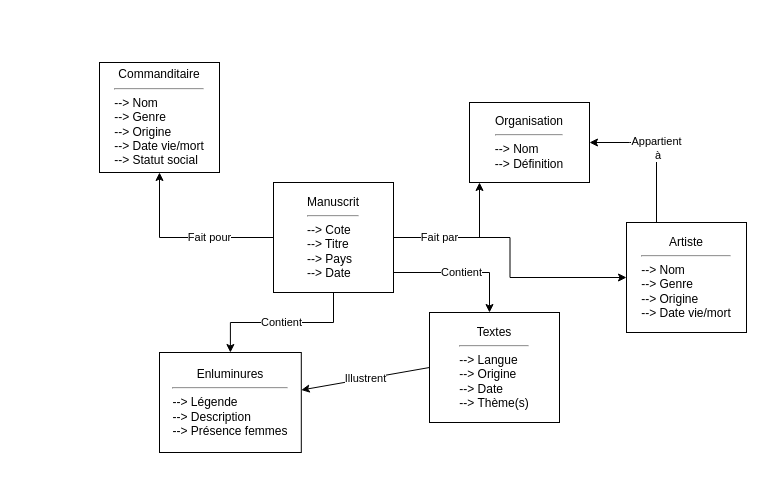
The draw.io diagram Diagramme_manuscrits_enlluminés.drawio in ellieiri/enluminures_arthuriennes, before the edit. Source tidied: cells renumbered, new cells numbered last; positions are measured from the earlier drawing's top-left corner, leaving out a move shared by most shapes. Both pictures are drawn from the tidied source at 100%, with x=0, y=0 at pixel (99, 62).
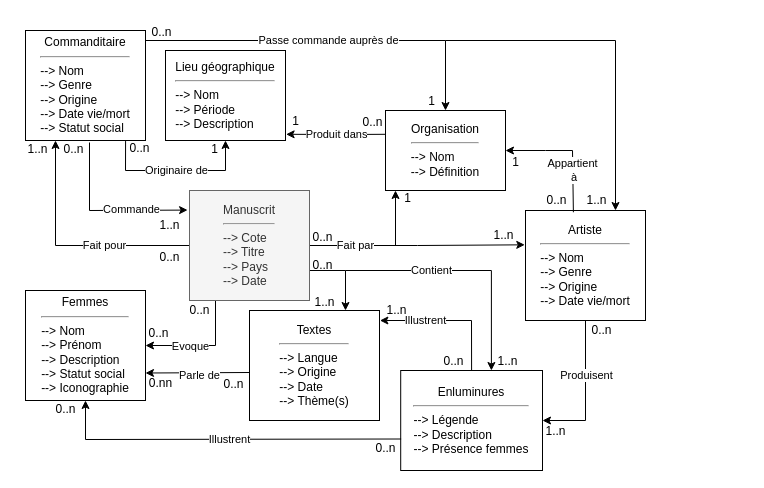
The same diagram, later.

Commit message:
Mettre à jour Diagramme_manuscrits_enlluminés.drawio

What changed in the source:
```diff
@@
-    <mxCell id="2" style="edgeStyle=orthogonalEdgeStyle;rounded=0;jettySize=auto;html=1;" parent="1" edge="1" source="7" target="8">
+    <mxCell id="2" style="edgeStyle=orthogonalEdgeStyle;rounded=0;jettySize=auto;html=1;entryX=-0.006;entryY=0.312;entryDx=0;entryDy=0;entryPerimeter=0;" parent="1" edge="1" source="7" target="8">
       <mxGeometry relative="1" as="geometry" />
     </mxCell>
     <mxCell id="3" value="Fait par" style="edgeStyle=orthogonalEdgeStyle;rounded=0;jettySize=auto;html=1;" parent="1" edge="1" source="7" target="9">
       <mxGeometry x="-0.35" relative="1" as="geometry">
         <Array as="points">
-          <mxPoint x="380" y="175" />
+          <mxPoint x="296" y="183" />
         </Array>
       </mxGeometry>
     </mxCell>
-    <mxCell id="4" value="Fait pour" style="edgeStyle=orthogonalEdgeStyle;rounded=0;jettySize=auto;html=1;entryX=0.5;entryY=1;entryDx=0;entryDy=0;verticalAlign=middle;endArrow=classic;endFill=1;" parent="1" edge="1" source="7" target="11">
+    <mxCell id="4" value="Fait pour" style="edgeStyle=orthogonalEdgeStyle;rounded=0;jettySize=auto;html=1;entryX=0.25;entryY=1;entryDx=0;entryDy=0;verticalAlign=middle;endArrow=classic;endFill=1;" parent="1" edge="1" source="7" target="11">
       <mxGeometry x="-0.29" relative="1" as="geometry" />
     </mxCell>
-    <mxCell id="5" value="Contient" style="edgeStyle=orthogonalEdgeStyle;rounded=0;jettySize=auto;html=1;endArrow=classic;endFill=1;" parent="1" edge="1" source="7" target="12">
-      <mxGeometry relative="1" as="geometry" />
+    <mxCell id="5" value="Contient" style="edgeStyle=orthogonalEdgeStyle;rounded=0;orthogonalLoop=1;jettySize=auto;html=1;endArrow=classic;endFill=1;" parent="1" edge="1">
+      <mxGeometry x="-0.3" relative="1" as="geometry">
+        <mxPoint x="246" y="208" as="sourcePoint" />
+        <mxPoint x="391.9" y="308" as="targetPoint" />
+        <Array as="points">
+          <mxPoint x="392" y="208" />
+        </Array>
+      </mxGeometry>
     </mxCell>
-    <mxCell id="6" value="Contient" style="edgeStyle=orthogonalEdgeStyle;rounded=0;jettySize=auto;html=1;endArrow=classic;endFill=1;" parent="1" edge="1" source="7" target="13">
+    <mxCell id="6" style="edgeStyle=orthogonalEdgeStyle;rounded=0;jettySize=auto;html=1;endArrow=classic;endFill=1;" parent="1" edge="1" source="7" target="13">
       <mxGeometry relative="1" as="geometry">
         <Array as="points">
-          <mxPoint x="390" y="210" />
+          <mxPoint x="246" y="208" />
         </Array>
       </mxGeometry>
     </mxCell>
+    <mxCell id="15" style="edgeStyle=orthogonalEdgeStyle;rounded=0;jettySize=auto;html=1;endArrow=classic;endFill=1;" parent="1" edge="1" source="7" target="24">
+      <mxGeometry relative="1" as="geometry">
+        <Array as="points">
+          <mxPoint x="116" y="283" />
+        </Array>
+      </mxGeometry>
+    </mxCell>
+    <mxCell id="16" value="Evoque" style="edgeLabel;html=1;align=center;verticalAlign=middle;" parent="15" vertex="1">
+      <mxGeometry x="0.05" relative="1" as="geometry">
+        <mxPoint x="-11" as="offset" />
+      </mxGeometry>
+    </mxCell>
-    <mxCell id="7" value="&lt;div&gt;Manuscrit&lt;/div&gt;&lt;div&gt;&lt;hr&gt;&lt;/div&gt;&lt;div align=&quot;left&quot;&gt;--&amp;gt; Cote&lt;br&gt;--&amp;gt; Titre&lt;br&gt;--&amp;gt; Pays&lt;br&gt;--&amp;gt; Date&lt;/div&gt;" style="rounded=0;whiteSpace=wrap;html=1;" parent="1" vertex="1">
-      <mxGeometry x="174" y="120" width="120" height="110" as="geometry" />
+    <mxCell id="7" value="&lt;div&gt;Manuscrit&lt;/div&gt;&lt;div&gt;&lt;hr&gt;&lt;/div&gt;&lt;div align=&quot;left&quot;&gt;--&amp;gt; Cote&lt;br&gt;--&amp;gt; Titre&lt;br&gt;--&amp;gt; Pays&lt;br&gt;--&amp;gt; Date&lt;/div&gt;" style="rounded=0;whiteSpace=wrap;html=1;fillColor=#f5f5f5;strokeColor=#666666;fontColor=#333333;" parent="1" vertex="1">
+      <mxGeometry x="90" y="128" width="120" height="110" as="geometry" />
     </mxCell>
     <mxCell id="8" value="&lt;div&gt;Artiste&lt;br&gt;&lt;/div&gt;&lt;div&gt;&lt;hr&gt;&lt;/div&gt;&lt;div align=&quot;left&quot;&gt;--&amp;gt; Nom&lt;br&gt;&lt;/div&gt;&lt;div align=&quot;left&quot;&gt;--&amp;gt; Genre&lt;/div&gt;&lt;div align=&quot;left&quot;&gt;--&amp;gt; Origine&lt;br&gt;--&amp;gt; Date vie/mort&lt;/div&gt;" style="rounded=0;whiteSpace=wrap;html=1;" parent="1" vertex="1">
-      <mxGeometry x="527" y="160" width="120" height="110" as="geometry" />
+      <mxGeometry x="426" y="148" width="120" height="110" as="geometry" />
     </mxCell>
     <mxCell id="9" value="&lt;div&gt;Organisation&lt;br&gt;&lt;/div&gt;&lt;div&gt;&lt;hr&gt;&lt;/div&gt;&lt;div align=&quot;left&quot;&gt;--&amp;gt; Nom&lt;br&gt;--&amp;gt; Définition&lt;/div&gt;" style="rounded=0;whiteSpace=wrap;html=1;" parent="1" vertex="1">
-      <mxGeometry x="370" y="40" width="120" height="80" as="geometry" />
+      <mxGeometry x="286" y="48" width="120" height="80" as="geometry" />
     </mxCell>
-    <mxCell id="10" value="&lt;div&gt;Appartient&lt;/div&gt;&lt;div&gt;&amp;nbsp;à&lt;/div&gt;" style="endArrow=classic;html=1;rounded=0;exitX=0.25;exitY=0;exitDx=0;exitDy=0;entryX=1;entryY=0.5;entryDx=0;entryDy=0;" parent="1" edge="1" source="8" target="9">
-      <mxGeometry relative="1" as="geometry">
+    <mxCell id="10" value="&lt;div&gt;Appartient&lt;/div&gt;&lt;div&gt;&amp;nbsp;à&lt;/div&gt;" style="endArrow=classic;html=1;rounded=0;exitX=0.399;exitY=0.016;exitDx=0;exitDy=0;entryX=1;entryY=0.5;entryDx=0;entryDy=0;exitPerimeter=0;" parent="1" edge="1" source="8" target="9">
+      <mxGeometry x="-0.35" relative="1" as="geometry">
         <Array as="points">
-          <mxPoint x="557" y="80" />
-          <mxPoint x="530" y="80" />
+          <mxPoint x="473" y="88" />
+          <mxPoint x="446" y="88" />
         </Array>
       </mxGeometry>
     </mxCell>
     <mxCell id="11" value="&lt;div&gt;Commanditaire&lt;br&gt;&lt;/div&gt;&lt;div&gt;&lt;hr&gt;&lt;/div&gt;&lt;div align=&quot;left&quot;&gt;--&amp;gt; Nom&lt;br&gt;--&amp;gt; Genre&lt;br&gt;--&amp;gt; Origine&lt;br&gt;&lt;/div&gt;&lt;div align=&quot;left&quot;&gt;--&amp;gt; Date vie/mort&lt;/div&gt;&lt;div align=&quot;left&quot;&gt;--&amp;gt; Statut social&lt;br&gt;&lt;/div&gt;" style="rounded=0;whiteSpace=wrap;html=1;" parent="1" vertex="1">
-      <mxGeometry width="120" height="110" as="geometry" />
+      <mxGeometry x="-74" y="-32" width="120" height="110" as="geometry" />
     </mxCell>
     <mxCell id="12" value="&lt;div&gt;Enluminures&lt;br&gt;&lt;/div&gt;&lt;div&gt;&lt;hr&gt;&lt;/div&gt;&lt;div align=&quot;left&quot;&gt;--&amp;gt; Légende&lt;br&gt;--&amp;gt; Description&lt;br&gt;--&amp;gt; Présence femmes&lt;br&gt;&lt;/div&gt;" style="rounded=0;whiteSpace=wrap;html=1;" parent="1" vertex="1">
-      <mxGeometry x="60" y="290" width="141.8" height="100" as="geometry" />
+      <mxGeometry x="301.2" y="308" width="141.8" height="100" as="geometry" />
     </mxCell>
     <mxCell id="13" value="&lt;div align=&quot;center&quot;&gt;Textes&lt;/div&gt;&lt;div align=&quot;center&quot;&gt;&lt;hr&gt;&lt;/div&gt;&lt;div align=&quot;left&quot;&gt;--&amp;gt; Langue&lt;br&gt;--&amp;gt; Origine&lt;br&gt;--&amp;gt; Date&lt;br&gt;--&amp;gt; Thème(s)&lt;br&gt;&lt;/div&gt;" style="rounded=0;whiteSpace=wrap;html=1;align=center;" parent="1" vertex="1">
-      <mxGeometry x="330" y="250" width="130" height="110" as="geometry" />
+      <mxGeometry x="150" y="248" width="130" height="110" as="geometry" />
     </mxCell>
-    <mxCell id="14" value="Illustrent" style="endArrow=classic;html=1;rounded=0;exitX=0;exitY=0.5;exitDx=0;exitDy=0;" parent="1" edge="1" source="13" target="12">
-      <mxGeometry relative="1" as="geometry" />
+    <mxCell id="14" value="Illustrent" style="endArrow=classic;html=1;rounded=0;exitX=0.5;exitY=0;exitDx=0;exitDy=0;endFill=1;entryX=1.003;entryY=0.091;entryDx=0;entryDy=0;entryPerimeter=0;" parent="1" edge="1">
+      <mxGeometry x="0.36" relative="1" as="geometry">
+        <mxPoint x="372.1" y="308" as="sourcePoint" />
+        <mxPoint x="280.4" y="258" as="targetPoint" />
+        <Array as="points">
+          <mxPoint x="372" y="258" />
+          <mxPoint x="326" y="258" />
+        </Array>
+      </mxGeometry>
     </mxCell>
+    <mxCell id="17" style="endArrow=classic;html=1;rounded=0;entryX=1;entryY=0.5;entryDx=0;entryDy=0;exitX=0.5;exitY=1;exitDx=0;exitDy=0;" parent="1" edge="1" source="8" target="12">
+      <mxGeometry relative="1" as="geometry">
+        <Array as="points">
+          <mxPoint x="486" y="358" />
+        </Array>
+      </mxGeometry>
+    </mxCell>
+    <mxCell id="18" value="Produisent" style="edgeLabel;html=1;align=center;verticalAlign=middle;" parent="17" vertex="1">
+      <mxGeometry x="-0.25" relative="1" as="geometry" />
+    </mxCell>
+    <mxCell id="19" value="&lt;div&gt;Lieu géographique&lt;br&gt;&lt;/div&gt;&lt;div&gt;&lt;hr&gt;&lt;/div&gt;&lt;div align=&quot;left&quot;&gt;--&amp;gt; Nom&lt;br&gt;--&amp;gt; Période&lt;br&gt;--&amp;gt; Description&lt;br&gt;&lt;/div&gt;" style="rounded=0;whiteSpace=wrap;html=1;" parent="1" vertex="1">
+      <mxGeometry x="66" y="-12" width="120" height="90" as="geometry" />
+    </mxCell>
+    <mxCell id="20" value="Passe commande auprès de" style="endArrow=classic;html=1;rounded=0;entryX=0.5;entryY=0;entryDx=0;entryDy=0;" parent="1" edge="1" target="9">
+      <mxGeometry x="-0.01" relative="1" as="geometry">
+        <mxPoint x="46" y="-22" as="sourcePoint" />
+        <Array as="points">
+          <mxPoint x="346" y="-22" />
+        </Array>
+      </mxGeometry>
+    </mxCell>
+    <mxCell id="21" style="endArrow=classic;html=1;rounded=0;entryX=0.75;entryY=0;entryDx=0;entryDy=0;" parent="1" edge="1" target="8">
+      <mxGeometry relative="1" as="geometry">
+        <mxPoint x="346" y="-22" as="sourcePoint" />
+        <Array as="points">
+          <mxPoint x="516" y="-22" />
+        </Array>
+      </mxGeometry>
+    </mxCell>
+    <mxCell id="22" value="Originaire de" style="endArrow=classic;html=1;rounded=0;entryX=0.5;entryY=1;entryDx=0;entryDy=0;exitX=0.834;exitY=1.005;exitDx=0;exitDy=0;exitPerimeter=0;" parent="1" edge="1" source="11" target="19">
+      <mxGeometry relative="1" as="geometry">
+        <Array as="points">
+          <mxPoint x="26" y="108" />
+          <mxPoint x="126" y="108" />
+        </Array>
+      </mxGeometry>
+    </mxCell>
+    <mxCell id="23" value="Produit dans" style="endArrow=classic;html=1;rounded=0;entryX=1.005;entryY=0.731;entryDx=0;entryDy=0;entryPerimeter=0;exitX=-0.004;exitY=0.072;exitDx=0;exitDy=0;exitPerimeter=0;" parent="1" edge="1">
+      <mxGeometry relative="1" as="geometry">
+        <mxPoint x="285.5" y="71.8" as="sourcePoint" />
+        <mxPoint x="186.6" y="71.8" as="targetPoint" />
+        <Array as="points">
+          <mxPoint x="246" y="72" />
+        </Array>
+      </mxGeometry>
+    </mxCell>
+    <mxCell id="24" value="&lt;div&gt;Femmes&lt;br&gt;&lt;/div&gt;&lt;div&gt;&lt;hr&gt;&lt;/div&gt;&lt;div align=&quot;left&quot;&gt;--&amp;gt; Nom&lt;br&gt;--&amp;gt; Prénom&lt;br&gt;--&amp;gt; Description&lt;br&gt;--&amp;gt; Statut social&lt;/div&gt;&lt;div align=&quot;left&quot;&gt;--&amp;gt; Iconographie&lt;br&gt;&lt;/div&gt;" style="rounded=0;whiteSpace=wrap;html=1;" parent="1" vertex="1">
+      <mxGeometry x="-74" y="228" width="120" height="110" as="geometry" />
+    </mxCell>
+    <mxCell id="25" style="endArrow=classic;html=1;rounded=0;exitX=0;exitY=0.5;exitDx=0;exitDy=0;entryX=1;entryY=0.75;entryDx=0;entryDy=0;" parent="1" edge="1" target="24">
+      <mxGeometry relative="1" as="geometry">
+        <mxPoint x="150" y="310" as="sourcePoint" />
+      </mxGeometry>
+    </mxCell>
+    <mxCell id="26" value="Parle de" style="edgeLabel;html=1;align=center;verticalAlign=middle;" parent="25" vertex="1">
+      <mxGeometry x="-0.01" y="2" relative="1" as="geometry" />
+    </mxCell>
+    <mxCell id="27" style="endArrow=classic;html=1;rounded=0;entryX=0.5;entryY=1;entryDx=0;entryDy=0;exitX=0.003;exitY=0.685;exitDx=0;exitDy=0;exitPerimeter=0;" parent="1" edge="1" source="12" target="24">
+      <mxGeometry relative="1" as="geometry">
+        <Array as="points">
+          <mxPoint x="-14" y="377" />
+        </Array>
+      </mxGeometry>
+    </mxCell>
+    <mxCell id="28" value="Illustrent" style="edgeLabel;html=1;align=center;verticalAlign=middle;" parent="27" vertex="1">
+      <mxGeometry x="-0.03" relative="1" as="geometry" />
+    </mxCell>
+    <mxCell id="29" style="endArrow=classic;html=1;rounded=0;entryX=-0.016;entryY=0.178;entryDx=0;entryDy=0;entryPerimeter=0;" parent="1" edge="1" target="7">
+      <mxGeometry relative="1" as="geometry">
+        <mxPoint x="-10" y="80" as="sourcePoint" />
+        <Array as="points">
+          <mxPoint x="-10" y="148" />
+        </Array>
+      </mxGeometry>
+    </mxCell>
+    <mxCell id="30" value="Commande" style="edgeLabel;html=1;align=center;verticalAlign=middle;" parent="29" vertex="1">
+      <mxGeometry x="0.32" y="1" relative="1" as="geometry" />
+    </mxCell>
+    <mxCell id="31" value="1..n" style="text;html=1;align=center;verticalAlign=middle;strokeColor=none;fillColor=none;" parent="1" vertex="1">
+      <mxGeometry x="-82" y="72" width="40" height="30" as="geometry" />
+    </mxCell>
+    <mxCell id="32" value="0..n" style="text;html=1;align=center;verticalAlign=middle;strokeColor=none;fillColor=none;" parent="1" vertex="1">
+      <mxGeometry x="50" y="180" width="40" height="30" as="geometry" />
+    </mxCell>
+    <mxCell id="33" value="0..n" style="text;html=1;align=center;verticalAlign=middle;strokeColor=none;fillColor=none;" parent="1" vertex="1">
+      <mxGeometry x="-46" y="72" width="40" height="30" as="geometry" />
+    </mxCell>
+    <mxCell id="34" value="1..n" style="text;html=1;align=center;verticalAlign=middle;strokeColor=none;fillColor=none;" parent="1" vertex="1">
+      <mxGeometry x="50" y="148" width="40" height="30" as="geometry" />
+    </mxCell>
+    <mxCell id="35" value="1" style="text;html=1;align=center;verticalAlign=middle;strokeColor=none;fillColor=none;" parent="1" vertex="1">
+      <mxGeometry x="100" y="72" width="30" height="30" as="geometry" />
+    </mxCell>
+    <mxCell id="36" value="0..n" style="text;html=1;align=center;verticalAlign=middle;strokeColor=none;fillColor=none;" parent="1" vertex="1">
+      <mxGeometry x="20" y="71" width="40" height="30" as="geometry" />
+    </mxCell>
+    <mxCell id="37" value="0..n" style="text;html=1;align=center;verticalAlign=middle;strokeColor=none;fillColor=none;" parent="1" vertex="1">
+      <mxGeometry x="80" y="233" width="40" height="30" as="geometry" />
+    </mxCell>
+    <mxCell id="38" value="0..n" style="text;html=1;align=center;verticalAlign=middle;strokeColor=none;fillColor=none;" parent="1" vertex="1">
+      <mxGeometry x="39" y="256" width="40" height="30" as="geometry" />
+    </mxCell>
+    <mxCell id="39" value="0..n" style="text;html=1;align=center;verticalAlign=middle;strokeColor=none;fillColor=none;" parent="1" vertex="1">
+      <mxGeometry x="114" y="307" width="40" height="30" as="geometry" />
+    </mxCell>
+    <mxCell id="40" value="0.nn" style="text;html=1;align=center;verticalAlign=middle;strokeColor=none;fillColor=none;" parent="1" vertex="1">
+      <mxGeometry x="36" y="306" width="50" height="30" as="geometry" />
+    </mxCell>
+    <mxCell id="41" value="0..n" style="text;html=1;align=center;verticalAlign=middle;strokeColor=none;fillColor=none;" parent="1" vertex="1">
+      <mxGeometry x="42" y="-45" width="40" height="30" as="geometry" />
+    </mxCell>
+    <mxCell id="42" value="1" style="text;html=1;align=center;verticalAlign=middle;strokeColor=none;fillColor=none;" parent="1" vertex="1">
+      <mxGeometry x="317" y="24" width="30" height="30" as="geometry" />
+    </mxCell>
+    <mxCell id="43" value="1..n" style="text;html=1;align=center;verticalAlign=middle;strokeColor=none;fillColor=none;" parent="1" vertex="1">
+      <mxGeometry x="477" y="123" width="40" height="30" as="geometry" />
+    </mxCell>
+    <mxCell id="44" value="0..n" style="text;html=1;align=center;verticalAlign=middle;strokeColor=none;fillColor=none;" parent="1" vertex="1">
+      <mxGeometry x="437" y="123" width="40" height="30" as="geometry" />
+    </mxCell>
+    <mxCell id="45" value="1" style="text;html=1;align=center;verticalAlign=middle;strokeColor=none;fillColor=none;" parent="1" vertex="1">
+      <mxGeometry x="401" y="85" width="30" height="30" as="geometry" />
+    </mxCell>
+    <mxCell id="46" value="0..n" style="text;html=1;align=center;verticalAlign=middle;strokeColor=none;fillColor=none;" parent="1" vertex="1">
+      <mxGeometry x="253" y="45" width="40" height="30" as="geometry" />
+    </mxCell>
+    <mxCell id="47" value="1" style="text;html=1;align=center;verticalAlign=middle;strokeColor=none;fillColor=none;" parent="1" vertex="1">
+      <mxGeometry x="181" y="44" width="30" height="30" as="geometry" />
+    </mxCell>
+    <mxCell id="48" value="0..n" style="text;html=1;align=center;verticalAlign=middle;strokeColor=none;fillColor=none;" parent="1" vertex="1">
+      <mxGeometry x="203" y="160" width="40" height="30" as="geometry" />
+    </mxCell>
+    <mxCell id="49" value="1" style="text;html=1;align=center;verticalAlign=middle;strokeColor=none;fillColor=none;" parent="1" vertex="1">
+      <mxGeometry x="293" y="121" width="30" height="30" as="geometry" />
+    </mxCell>
+    <mxCell id="50" value="1..n" style="text;html=1;align=center;verticalAlign=middle;strokeColor=none;fillColor=none;" parent="1" vertex="1">
+      <mxGeometry x="384" y="158" width="40" height="30" as="geometry" />
+    </mxCell>
+    <mxCell id="51" value="0..n" style="text;html=1;align=center;verticalAlign=middle;strokeColor=none;fillColor=none;" parent="1" vertex="1">
+      <mxGeometry x="203" y="188" width="40" height="30" as="geometry" />
+    </mxCell>
+    <mxCell id="52" value="1..n" style="text;html=1;align=center;verticalAlign=middle;strokeColor=none;fillColor=none;" parent="1" vertex="1">
+      <mxGeometry x="205" y="225" width="40" height="30" as="geometry" />
+    </mxCell>
+    <mxCell id="53" value="1..n" style="text;html=1;align=center;verticalAlign=middle;strokeColor=none;fillColor=none;" parent="1" vertex="1">
+      <mxGeometry x="388" y="284" width="40" height="30" as="geometry" />
+    </mxCell>
+    <mxCell id="54" value="0..n" style="text;html=1;align=center;verticalAlign=middle;strokeColor=none;fillColor=none;" parent="1" vertex="1">
+      <mxGeometry x="334" y="284" width="40" height="30" as="geometry" />
+    </mxCell>
+    <mxCell id="55" value="1..n" style="text;html=1;align=center;verticalAlign=middle;strokeColor=none;fillColor=none;" parent="1" vertex="1">
+      <mxGeometry x="277" y="233" width="40" height="30" as="geometry" />
+    </mxCell>
+    <mxCell id="56" value="0..n" style="text;html=1;align=center;verticalAlign=middle;strokeColor=none;fillColor=none;" parent="1" vertex="1">
+      <mxGeometry x="482" y="253" width="40" height="30" as="geometry" />
+    </mxCell>
+    <mxCell id="57" value="1..n" style="text;html=1;align=center;verticalAlign=middle;strokeColor=none;fillColor=none;" parent="1" vertex="1">
+      <mxGeometry x="436" y="354" width="40" height="30" as="geometry" />
+    </mxCell>
+    <mxCell id="58" value="0..n" style="text;html=1;align=center;verticalAlign=middle;strokeColor=none;fillColor=none;" parent="1" vertex="1">
+      <mxGeometry x="266" y="371" width="40" height="30" as="geometry" />
+    </mxCell>
+    <mxCell id="59" value="0..n" style="text;html=1;align=center;verticalAlign=middle;strokeColor=none;fillColor=none;" parent="1" vertex="1">
+      <mxGeometry x="-54" y="332" width="40" height="30" as="geometry" />
+    </mxCell>
```
